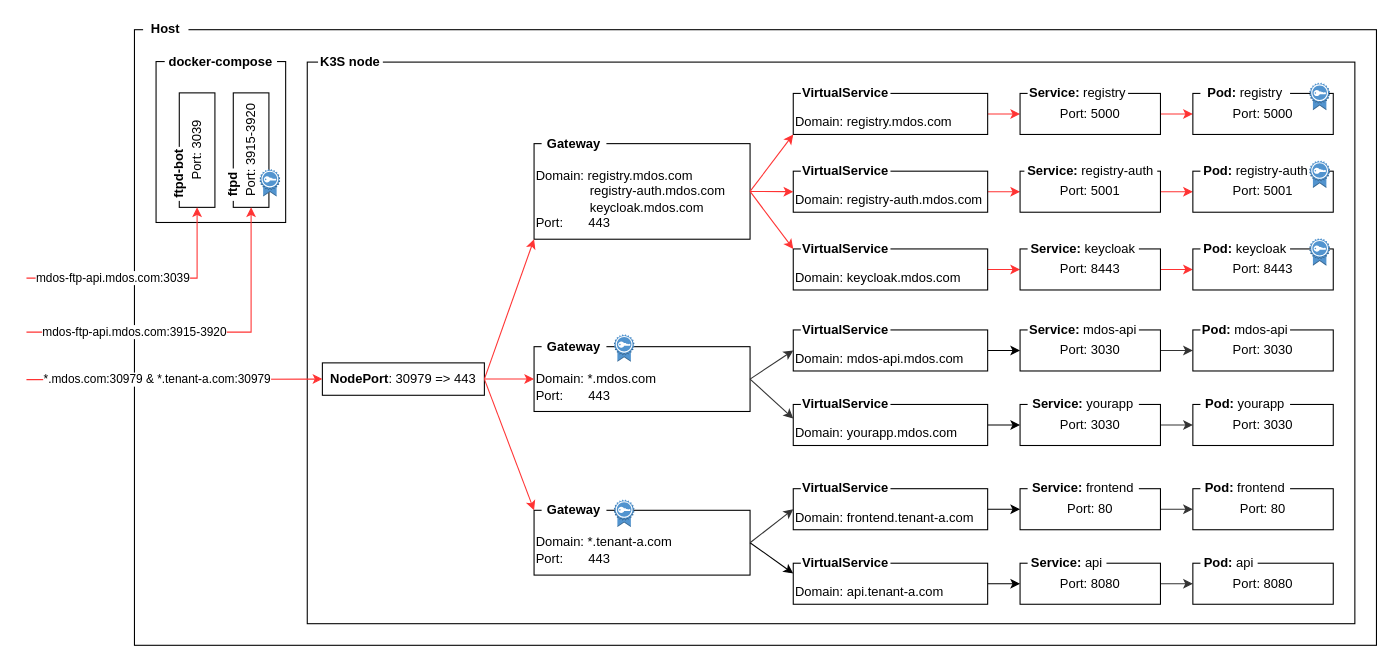
Earlier version of the draw.io diagram page "Proxy" (5 of 5) of mdos-docs/architecture.drawio (mdundek/mdos). Source tidied: cells renumbered, new cells numbered last; positions are measured from the earlier drawing's top-left corner, leaving out a move shared by most shapes. Both pictures are drawn from the tidied source at 108%, with x=0, y=0 at pixel (26, 18).
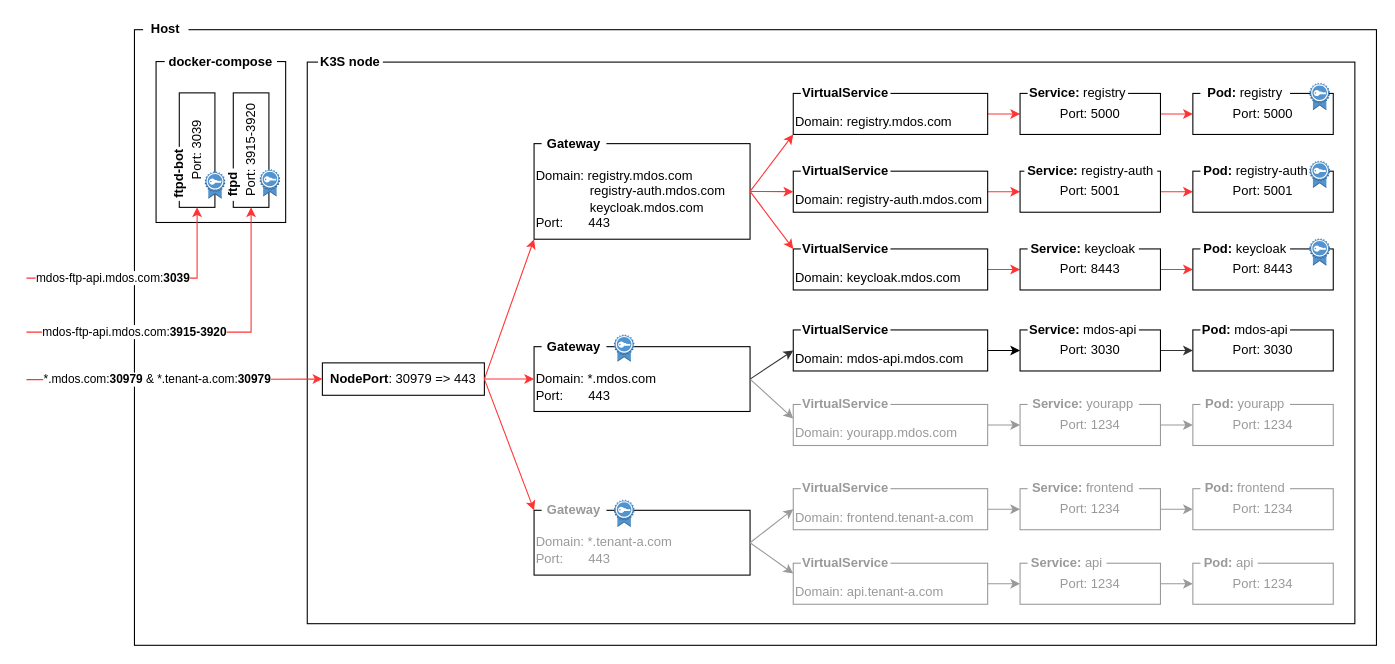
The same page after the edit.

Unchanged cells that the change refers to:
```xml
<mxCell id="6" value="&lt;b&gt;NodePort&lt;/b&gt;: 30979 =&amp;gt; 443" style="rounded=0;whiteSpace=wrap;html=1;fillColor=default;" parent="1" vertex="1">
  <mxGeometry x="274" y="318.5" width="150" height="30" as="geometry" />
</mxCell>
<mxCell id="7" value="&lt;div style=&quot;&quot;&gt;&lt;span style=&quot;background-color: initial;&quot;&gt;&lt;br&gt;&lt;/span&gt;&lt;/div&gt;&lt;div style=&quot;&quot;&gt;&lt;span style=&quot;background-color: initial;&quot;&gt;Domain: *.mdos.com&lt;/span&gt;&lt;/div&gt;&lt;div style=&quot;&quot;&gt;&lt;span style=&quot;background-color: initial;&quot;&gt;Port:&amp;nbsp; &amp;nbsp; &amp;nbsp; &amp;nbsp;443&lt;/span&gt;&lt;/div&gt;" style="rounded=0;whiteSpace=wrap;html=1;fillColor=default;align=left;" parent="1" vertex="1">
  <mxGeometry x="470" y="303.5" width="200" height="60" as="geometry" />
</mxCell>
<mxCell id="87" value="Port: 3915-3920" style="rounded=0;whiteSpace=wrap;html=1;fillColor=default;rotation=-90;" parent="86" vertex="1">
  <mxGeometry x="5" y="5" width="106" height="33" as="geometry" />
</mxCell>
<mxCell id="91" value="Port: 3039" style="rounded=0;whiteSpace=wrap;html=1;fillColor=default;rotation=-90;" parent="90" vertex="1">
  <mxGeometry x="5" y="5" width="106" height="33" as="geometry" />
</mxCell>
```

Diff of the diagram source:
```diff
@@
-    <mxCell id="9" value="&lt;div style=&quot;&quot;&gt;&lt;span style=&quot;background-color: initial;&quot;&gt;&lt;br&gt;&lt;/span&gt;&lt;/div&gt;&lt;div style=&quot;&quot;&gt;&lt;span style=&quot;background-color: initial;&quot;&gt;Domain: *.tenant-a.com&lt;/span&gt;&lt;/div&gt;&lt;div style=&quot;&quot;&gt;&lt;span style=&quot;background-color: initial;&quot;&gt;Port:&amp;nbsp; &amp;nbsp; &amp;nbsp; &amp;nbsp;443&lt;/span&gt;&lt;/div&gt;" style="rounded=0;whiteSpace=wrap;html=1;fillColor=default;align=left;" parent="1" vertex="1">
+    <mxCell id="9" value="&lt;div style=&quot;&quot;&gt;&lt;span style=&quot;background-color: initial;&quot;&gt;&lt;br&gt;&lt;/span&gt;&lt;/div&gt;&lt;div style=&quot;&quot;&gt;&lt;span style=&quot;background-color: initial;&quot;&gt;Domain: *.tenant-a.com&lt;/span&gt;&lt;/div&gt;&lt;div style=&quot;&quot;&gt;&lt;span style=&quot;background-color: initial;&quot;&gt;Port:&amp;nbsp; &amp;nbsp; &amp;nbsp; &amp;nbsp;443&lt;/span&gt;&lt;/div&gt;" style="rounded=0;whiteSpace=wrap;html=1;fillColor=default;align=left;fontColor=#999999;" parent="1" vertex="1">
       <mxGeometry x="470" y="455" width="200" height="60" as="geometry" />
     </mxCell>
-    <mxCell id="10" value="&lt;b&gt;Gateway&lt;/b&gt;" style="text;html=1;align=center;verticalAlign=middle;whiteSpace=wrap;rounded=0;fillColor=default;" parent="1" vertex="1">
+    <mxCell id="10" value="&lt;b&gt;Gateway&lt;/b&gt;" style="text;html=1;align=center;verticalAlign=middle;whiteSpace=wrap;rounded=0;fillColor=default;fontColor=#999999;" parent="1" vertex="1">
       <mxGeometry x="477" y="445" width="60" height="20" as="geometry" />
     </mxCell>
@@
-    <mxCell id="19" style="edgeStyle=orthogonalEdgeStyle;rounded=0;jettySize=auto;html=1;" parent="1" edge="1" source="20" target="23">
+    <mxCell id="19" style="edgeStyle=orthogonalEdgeStyle;rounded=0;jettySize=auto;html=1;strokeColor=#999999;" parent="1" edge="1" source="20" target="23">
       <mxGeometry relative="1" as="geometry" />
     </mxCell>
-    <mxCell id="20" value="&lt;div style=&quot;&quot;&gt;&lt;span style=&quot;background-color: initial;&quot;&gt;&lt;br&gt;&lt;/span&gt;&lt;/div&gt;&lt;div style=&quot;&quot;&gt;&lt;span style=&quot;background-color: initial;&quot;&gt;Domain: frontend.tenant-a.com&lt;/span&gt;&lt;/div&gt;" style="rounded=0;whiteSpace=wrap;html=1;fillColor=default;align=left;" parent="1" vertex="1">
+    <mxCell id="20" value="&lt;div style=&quot;&quot;&gt;&lt;span style=&quot;background-color: initial;&quot;&gt;&lt;br&gt;&lt;/span&gt;&lt;/div&gt;&lt;div style=&quot;&quot;&gt;&lt;span style=&quot;background-color: initial;&quot;&gt;Domain: frontend.tenant-a.com&lt;/span&gt;&lt;/div&gt;" style="rounded=0;whiteSpace=wrap;html=1;fillColor=default;align=left;strokeColor=#999999;fontColor=#999999;" parent="1" vertex="1">
       <mxGeometry x="710" y="435" width="180" height="38" as="geometry" />
     </mxCell>
-    <mxCell id="21" value="&lt;b&gt;VirtualService&lt;/b&gt;" style="text;html=1;align=center;verticalAlign=middle;whiteSpace=wrap;rounded=0;fillColor=default;" parent="1" vertex="1">
+    <mxCell id="21" value="&lt;b&gt;VirtualService&lt;/b&gt;" style="text;html=1;align=center;verticalAlign=middle;whiteSpace=wrap;rounded=0;fillColor=default;strokeColor=none;fontColor=#999999;" parent="1" vertex="1">
       <mxGeometry x="717" y="425" width="83" height="20" as="geometry" />
     </mxCell>
-    <mxCell id="22" style="edgeStyle=orthogonalEdgeStyle;rounded=0;jettySize=auto;html=1;strokeColor=#333333;" parent="1" edge="1" source="23" target="48">
+    <mxCell id="22" style="edgeStyle=orthogonalEdgeStyle;rounded=0;jettySize=auto;html=1;strokeColor=#999999;" parent="1" edge="1" source="23" target="48">
       <mxGeometry relative="1" as="geometry" />
     </mxCell>
-    <mxCell id="23" value="&lt;div style=&quot;text-align: left;&quot;&gt;&lt;span style=&quot;background-color: initial;&quot;&gt;Port: 80&lt;/span&gt;&lt;br&gt;&lt;/div&gt;" style="rounded=0;whiteSpace=wrap;html=1;fillColor=default;" parent="1" vertex="1">
+    <mxCell id="23" value="&lt;div style=&quot;text-align: left;&quot;&gt;&lt;span style=&quot;background-color: initial;&quot;&gt;Port: 1234&lt;/span&gt;&lt;br&gt;&lt;/div&gt;" style="rounded=0;whiteSpace=wrap;html=1;fillColor=default;strokeColor=#999999;fontColor=#999999;" parent="1" vertex="1">
       <mxGeometry x="920" y="435" width="130" height="38" as="geometry" />
     </mxCell>
-    <mxCell id="24" value="&lt;b&gt;Service: &lt;/b&gt;frontend" style="text;html=1;align=center;verticalAlign=middle;whiteSpace=wrap;rounded=0;fillColor=default;" parent="1" vertex="1">
+    <mxCell id="24" value="&lt;b&gt;Service: &lt;/b&gt;frontend" style="text;html=1;align=center;verticalAlign=middle;whiteSpace=wrap;rounded=0;fillColor=default;strokeColor=none;fontColor=#999999;" parent="1" vertex="1">
       <mxGeometry x="927" y="425" width="103" height="20" as="geometry" />
     </mxCell>
-    <mxCell id="25" style="edgeStyle=orthogonalEdgeStyle;rounded=0;jettySize=auto;html=1;" parent="1" edge="1" source="26" target="29">
+    <mxCell id="25" style="edgeStyle=orthogonalEdgeStyle;rounded=0;jettySize=auto;html=1;strokeColor=#999999;" parent="1" edge="1" source="26" target="29">
       <mxGeometry relative="1" as="geometry" />
     </mxCell>
-    <mxCell id="26" value="&lt;div style=&quot;&quot;&gt;&lt;span style=&quot;background-color: initial;&quot;&gt;&lt;br&gt;&lt;/span&gt;&lt;/div&gt;&lt;div style=&quot;&quot;&gt;&lt;span style=&quot;background-color: initial;&quot;&gt;Domain: api.tenant-a.com&lt;/span&gt;&lt;/div&gt;" style="rounded=0;whiteSpace=wrap;html=1;fillColor=default;align=left;" parent="1" vertex="1">
+    <mxCell id="26" value="&lt;div style=&quot;&quot;&gt;&lt;span style=&quot;background-color: initial;&quot;&gt;&lt;br&gt;&lt;/span&gt;&lt;/div&gt;&lt;div style=&quot;&quot;&gt;&lt;span style=&quot;background-color: initial;&quot;&gt;Domain: api.tenant-a.com&lt;/span&gt;&lt;/div&gt;" style="rounded=0;whiteSpace=wrap;html=1;fillColor=default;align=left;strokeColor=#999999;fontColor=#999999;" parent="1" vertex="1">
       <mxGeometry x="710" y="504" width="180" height="38" as="geometry" />
     </mxCell>
-    <mxCell id="27" value="&lt;b&gt;VirtualService&lt;/b&gt;" style="text;html=1;align=center;verticalAlign=middle;whiteSpace=wrap;rounded=0;fillColor=default;" parent="1" vertex="1">
+    <mxCell id="27" value="&lt;b&gt;VirtualService&lt;/b&gt;" style="text;html=1;align=center;verticalAlign=middle;whiteSpace=wrap;rounded=0;fillColor=default;strokeColor=none;fontColor=#999999;" parent="1" vertex="1">
       <mxGeometry x="717" y="494" width="83" height="20" as="geometry" />
     </mxCell>
-    <mxCell id="28" style="edgeStyle=orthogonalEdgeStyle;rounded=0;jettySize=auto;html=1;strokeColor=#333333;" parent="1" edge="1" source="29" target="50">
+    <mxCell id="28" style="edgeStyle=orthogonalEdgeStyle;rounded=0;jettySize=auto;html=1;strokeColor=#999999;" parent="1" edge="1" source="29" target="50">
       <mxGeometry relative="1" as="geometry" />
     </mxCell>
-    <mxCell id="29" value="&lt;div style=&quot;text-align: left;&quot;&gt;&lt;span style=&quot;background-color: initial;&quot;&gt;Port: 8080&lt;/span&gt;&lt;br&gt;&lt;/div&gt;" style="rounded=0;whiteSpace=wrap;html=1;fillColor=default;" parent="1" vertex="1">
+    <mxCell id="29" value="&lt;div style=&quot;text-align: left;&quot;&gt;&lt;span style=&quot;background-color: initial;&quot;&gt;Port: 1234&lt;/span&gt;&lt;br&gt;&lt;/div&gt;" style="rounded=0;whiteSpace=wrap;html=1;fillColor=default;strokeColor=#999999;fontColor=#999999;" parent="1" vertex="1">
       <mxGeometry x="920" y="504" width="130" height="38" as="geometry" />
     </mxCell>
-    <mxCell id="30" value="&lt;b&gt;Service: &lt;/b&gt;api" style="text;html=1;align=center;verticalAlign=middle;whiteSpace=wrap;rounded=0;fillColor=default;" parent="1" vertex="1">
+    <mxCell id="30" value="&lt;b&gt;Service: &lt;/b&gt;api" style="text;html=1;align=center;verticalAlign=middle;whiteSpace=wrap;rounded=0;fillColor=default;strokeColor=none;fontColor=#999999;" parent="1" vertex="1">
       <mxGeometry x="927" y="494" width="73" height="20" as="geometry" />
     </mxCell>
-    <mxCell id="31" style="endArrow=classic;html=1;rounded=0;exitX=1;exitY=0.5;exitDx=0;exitDy=0;entryX=0;entryY=0.25;entryDx=0;entryDy=0;" parent="1" edge="1" source="9" target="26">
+    <mxCell id="31" style="endArrow=classic;html=1;rounded=0;exitX=1;exitY=0.5;exitDx=0;exitDy=0;entryX=0;entryY=0.25;entryDx=0;entryDy=0;strokeColor=#999999;" parent="1" edge="1" source="9" target="26">
       <mxGeometry relative="1" as="geometry" />
     </mxCell>
@@
-    <mxCell id="33" style="dashed=0;verticalLabelPosition=bottom;verticalAlign=top;align=center;html=1;shape=mxgraph.aws3.certificate;fillColor=#5294CF;gradientColor=none;" parent="1" vertex="1">
+    <mxCell id="33" style="dashed=0;verticalLabelPosition=bottom;verticalAlign=top;align=center;html=1;shape=mxgraph.aws3.certificate;fillColor=#5294CF;gradientColor=none;fontColor=#999999;" parent="1" vertex="1">
       <mxGeometry x="544" y="445" width="18.8" height="25.5" as="geometry" />
     </mxCell>
@@
-    <mxCell id="48" value="&lt;div style=&quot;text-align: left;&quot;&gt;&lt;span style=&quot;background-color: initial;&quot;&gt;Port: 80&lt;/span&gt;&lt;br&gt;&lt;/div&gt;" style="rounded=0;whiteSpace=wrap;html=1;fillColor=default;" parent="1" vertex="1">
+    <mxCell id="48" value="&lt;div style=&quot;text-align: left;&quot;&gt;&lt;span style=&quot;background-color: initial;&quot;&gt;Port: 1234&lt;/span&gt;&lt;br&gt;&lt;/div&gt;" style="rounded=0;whiteSpace=wrap;html=1;fillColor=default;strokeColor=#999999;fontColor=#999999;" parent="1" vertex="1">
       <mxGeometry x="1080" y="435" width="130" height="38" as="geometry" />
     </mxCell>
-    <mxCell id="49" value="&lt;b&gt;Pod: &lt;/b&gt;frontend" style="text;html=1;align=center;verticalAlign=middle;whiteSpace=wrap;rounded=0;fillColor=default;" parent="1" vertex="1">
+    <mxCell id="49" value="&lt;b&gt;Pod: &lt;/b&gt;frontend" style="text;html=1;align=center;verticalAlign=middle;whiteSpace=wrap;rounded=0;fillColor=default;strokeColor=none;fontColor=#999999;" parent="1" vertex="1">
       <mxGeometry x="1087" y="425" width="83" height="20" as="geometry" />
     </mxCell>
-    <mxCell id="50" value="&lt;div style=&quot;text-align: left;&quot;&gt;&lt;span style=&quot;background-color: initial;&quot;&gt;Port: 8080&lt;/span&gt;&lt;br&gt;&lt;/div&gt;" style="rounded=0;whiteSpace=wrap;html=1;fillColor=default;" parent="1" vertex="1">
+    <mxCell id="50" value="&lt;div style=&quot;text-align: left;&quot;&gt;&lt;span style=&quot;background-color: initial;&quot;&gt;Port: 1234&lt;/span&gt;&lt;br&gt;&lt;/div&gt;" style="rounded=0;whiteSpace=wrap;html=1;fillColor=default;strokeColor=#999999;fontColor=#999999;" parent="1" vertex="1">
       <mxGeometry x="1080" y="504" width="130" height="38" as="geometry" />
     </mxCell>
-    <mxCell id="51" value="&lt;b&gt;Pod: &lt;/b&gt;api" style="text;html=1;align=center;verticalAlign=middle;whiteSpace=wrap;rounded=0;fillColor=default;" parent="1" vertex="1">
+    <mxCell id="51" value="&lt;b&gt;Pod: &lt;/b&gt;api" style="text;html=1;align=center;verticalAlign=middle;whiteSpace=wrap;rounded=0;fillColor=default;strokeColor=none;fontColor=#999999;" parent="1" vertex="1">
       <mxGeometry x="1087" y="494" width="53" height="20" as="geometry" />
     </mxCell>
@@
-    <mxCell id="73" style="edgeStyle=orthogonalEdgeStyle;rounded=0;jettySize=auto;html=1;" parent="1" edge="1" source="74" target="77">
+    <mxCell id="73" style="edgeStyle=orthogonalEdgeStyle;rounded=0;jettySize=auto;html=1;strokeColor=#999999;" parent="1" edge="1" source="74" target="77">
       <mxGeometry relative="1" as="geometry" />
     </mxCell>
-    <mxCell id="74" value="&lt;div style=&quot;&quot;&gt;&lt;span style=&quot;background-color: initial;&quot;&gt;&lt;br&gt;&lt;/span&gt;&lt;/div&gt;&lt;div style=&quot;&quot;&gt;&lt;span style=&quot;background-color: initial;&quot;&gt;Domain: yourapp.mdos.com&lt;/span&gt;&lt;/div&gt;" style="rounded=0;whiteSpace=wrap;html=1;fillColor=default;align=left;" parent="1" vertex="1">
+    <mxCell id="74" value="&lt;div style=&quot;&quot;&gt;&lt;span style=&quot;background-color: initial;&quot;&gt;&lt;br&gt;&lt;/span&gt;&lt;/div&gt;&lt;div style=&quot;&quot;&gt;&lt;span style=&quot;background-color: initial;&quot;&gt;Domain: yourapp.mdos.com&lt;/span&gt;&lt;/div&gt;" style="rounded=0;whiteSpace=wrap;html=1;fillColor=default;align=left;strokeColor=#999999;fontColor=#999999;" parent="1" vertex="1">
       <mxGeometry x="710" y="357" width="180" height="38" as="geometry" />
     </mxCell>
-    <mxCell id="75" value="&lt;b&gt;VirtualService&lt;/b&gt;" style="text;html=1;align=center;verticalAlign=middle;whiteSpace=wrap;rounded=0;fillColor=default;" parent="1" vertex="1">
+    <mxCell id="75" value="&lt;b&gt;&lt;font color=&quot;#999999&quot;&gt;VirtualService&lt;/font&gt;&lt;/b&gt;" style="text;html=1;align=center;verticalAlign=middle;whiteSpace=wrap;rounded=0;fillColor=default;strokeColor=none;" parent="1" vertex="1">
       <mxGeometry x="717" y="347" width="83" height="20" as="geometry" />
     </mxCell>
-    <mxCell id="76" style="edgeStyle=orthogonalEdgeStyle;rounded=0;jettySize=auto;html=1;strokeColor=#333333;" parent="1" edge="1" source="77" target="79">
+    <mxCell id="76" style="edgeStyle=orthogonalEdgeStyle;rounded=0;jettySize=auto;html=1;strokeColor=#999999;" parent="1" edge="1" source="77" target="79">
       <mxGeometry relative="1" as="geometry" />
     </mxCell>
-    <mxCell id="77" value="&lt;div style=&quot;text-align: left;&quot;&gt;&lt;span style=&quot;background-color: initial;&quot;&gt;Port: 3030&lt;/span&gt;&lt;br&gt;&lt;/div&gt;" style="rounded=0;whiteSpace=wrap;html=1;fillColor=default;" parent="1" vertex="1">
+    <mxCell id="77" value="&lt;div style=&quot;text-align: left;&quot;&gt;&lt;span style=&quot;background-color: initial;&quot;&gt;Port: 1234&lt;/span&gt;&lt;br&gt;&lt;/div&gt;" style="rounded=0;whiteSpace=wrap;html=1;fillColor=default;strokeColor=#999999;fontColor=#999999;" parent="1" vertex="1">
       <mxGeometry x="920" y="357" width="130" height="38" as="geometry" />
     </mxCell>
-    <mxCell id="78" value="&lt;b&gt;Service: &lt;/b&gt;yourapp" style="text;html=1;align=center;verticalAlign=middle;whiteSpace=wrap;rounded=0;fillColor=default;" parent="1" vertex="1">
+    <mxCell id="78" value="&lt;b&gt;Service: &lt;/b&gt;yourapp" style="text;html=1;align=center;verticalAlign=middle;whiteSpace=wrap;rounded=0;fillColor=default;strokeColor=none;fontColor=#999999;" parent="1" vertex="1">
       <mxGeometry x="927" y="347" width="103" height="20" as="geometry" />
     </mxCell>
-    <mxCell id="79" value="&lt;div style=&quot;text-align: left;&quot;&gt;&lt;span style=&quot;background-color: initial;&quot;&gt;Port: 3030&lt;/span&gt;&lt;br&gt;&lt;/div&gt;" style="rounded=0;whiteSpace=wrap;html=1;fillColor=default;" parent="1" vertex="1">
+    <mxCell id="79" value="&lt;div style=&quot;text-align: left;&quot;&gt;&lt;span style=&quot;background-color: initial;&quot;&gt;Port: 1234&lt;/span&gt;&lt;br&gt;&lt;/div&gt;" style="rounded=0;whiteSpace=wrap;html=1;fillColor=default;strokeColor=#999999;fontColor=#999999;" parent="1" vertex="1">
       <mxGeometry x="1080" y="357" width="130" height="38" as="geometry" />
     </mxCell>
-    <mxCell id="80" value="&lt;b&gt;Pod: &lt;/b&gt;yourapp" style="text;html=1;align=center;verticalAlign=middle;whiteSpace=wrap;rounded=0;fillColor=default;" parent="1" vertex="1">
+    <mxCell id="80" value="&lt;b&gt;Pod: &lt;/b&gt;yourapp" style="text;html=1;align=center;verticalAlign=middle;whiteSpace=wrap;rounded=0;fillColor=default;strokeColor=none;fontColor=#999999;" parent="1" vertex="1">
       <mxGeometry x="1087" y="347" width="83" height="20" as="geometry" />
     </mxCell>
-    <mxCell id="81" style="endArrow=classic;html=1;rounded=0;strokeColor=#333333;exitX=1;exitY=0.5;exitDx=0;exitDy=0;" parent="1" edge="1" source="7">
+    <mxCell id="81" style="endArrow=classic;html=1;rounded=0;strokeColor=#999999;exitX=1;exitY=0.5;exitDx=0;exitDy=0;" parent="1" edge="1" source="7">
       <mxGeometry relative="1" as="geometry">
         <mxPoint x="710" y="370" as="targetPoint" />
       </mxGeometry>
     </mxCell>
-    <mxCell id="82" style="endArrow=classic;html=1;rounded=0;strokeColor=#333333;entryX=0;entryY=0.5;entryDx=0;entryDy=0;exitX=1;exitY=0.5;exitDx=0;exitDy=0;" parent="1" edge="1" source="9" target="20">
+    <mxCell id="82" style="endArrow=classic;html=1;rounded=0;strokeColor=#999999;entryX=0;entryY=0.5;entryDx=0;entryDy=0;exitX=1;exitY=0.5;exitDx=0;exitDy=0;" parent="1" edge="1" source="9" target="20">
       <mxGeometry relative="1" as="geometry" />
     </mxCell>
@@
-    <mxCell id="93" value="mdos-ftp-api.mdos.com:3039" style="edgeStyle=segmentEdgeStyle;endArrow=classic;html=1;rounded=0;strokeColor=#FF3333;entryX=0;entryY=0.5;entryDx=0;entryDy=0;" parent="1" edge="1" target="91">
-      <mxGeometry x="-0.28" relative="1" as="geometry">
-        <mxPoint y="240" as="sourcePoint" />
-        <Array as="points">
-          <mxPoint x="158" y="240" />
-        </Array>
-      </mxGeometry>
-    </mxCell>
-    <mxCell id="94" value="mdos-ftp-api.mdos.com:3915-3920" style="edgeStyle=segmentEdgeStyle;endArrow=classic;html=1;rounded=0;strokeColor=#FF3333;entryX=0;entryY=0.5;entryDx=0;entryDy=0;" parent="1" edge="1" target="87">
-      <mxGeometry x="-0.38" relative="1" as="geometry">
-        <mxPoint y="290" as="sourcePoint" />
-        <Array as="points">
-          <mxPoint x="208" y="290" />
-        </Array>
-      </mxGeometry>
-    </mxCell>
-    <mxCell id="95" value="*.mdos.com:30979 &amp;amp; *.tenant-a.com:30979" style="endArrow=classic;html=1;rounded=0;strokeColor=#FF3333;entryX=0;entryY=0.5;entryDx=0;entryDy=0;" parent="1" edge="1" target="6">
-      <mxGeometry x="-0.12" relative="1" as="geometry">
-        <mxPoint y="334" as="sourcePoint" />
-      </mxGeometry>
-    </mxCell>
+    <mxCell id="96" style="dashed=0;verticalLabelPosition=bottom;verticalAlign=top;align=center;html=1;shape=mxgraph.aws3.certificate;fillColor=#5294CF;gradientColor=none;" parent="1" vertex="1">
+      <mxGeometry x="165.2" y="141" width="18.8" height="25.5" as="geometry" />
+    </mxCell>
+    <mxCell id="97" parent="0" />
+    <mxCell id="98" value="mdos-ftp-api.mdos.com:&lt;b&gt;3039&lt;/b&gt;" style="edgeStyle=segmentEdgeStyle;endArrow=classic;html=1;rounded=0;strokeColor=#FF3333;entryX=0;entryY=0.5;entryDx=0;entryDy=0;" parent="97" edge="1">
+      <mxGeometry x="-0.28" relative="1" as="geometry">
+        <mxPoint y="240" as="sourcePoint" />
+        <mxPoint x="158" y="174.5" as="targetPoint" />
+        <Array as="points">
+          <mxPoint x="158" y="240" />
+        </Array>
+      </mxGeometry>
+    </mxCell>
+    <mxCell id="99" value="mdos-ftp-api.mdos.com:&lt;b&gt;3915-3920&lt;/b&gt;" style="edgeStyle=segmentEdgeStyle;endArrow=classic;html=1;rounded=0;strokeColor=#FF3333;entryX=0;entryY=0.5;entryDx=0;entryDy=0;" parent="97" edge="1">
+      <mxGeometry x="-0.38" relative="1" as="geometry">
+        <mxPoint y="290" as="sourcePoint" />
+        <mxPoint x="208" y="174.5" as="targetPoint" />
+        <Array as="points">
+          <mxPoint x="208" y="290" />
+        </Array>
+      </mxGeometry>
+    </mxCell>
+    <mxCell id="100" value="*.mdos.com:&lt;b&gt;30979&lt;/b&gt; &amp;amp; *.tenant-a.com:&lt;b&gt;30979&lt;/b&gt;" style="endArrow=classic;html=1;rounded=0;strokeColor=#FF3333;entryX=0;entryY=0.5;entryDx=0;entryDy=0;" parent="97" edge="1">
+      <mxGeometry x="-0.12" relative="1" as="geometry">
+        <mxPoint y="334" as="sourcePoint" />
+        <mxPoint x="274" y="333.5" as="targetPoint" />
+      </mxGeometry>
+    </mxCell>
```
